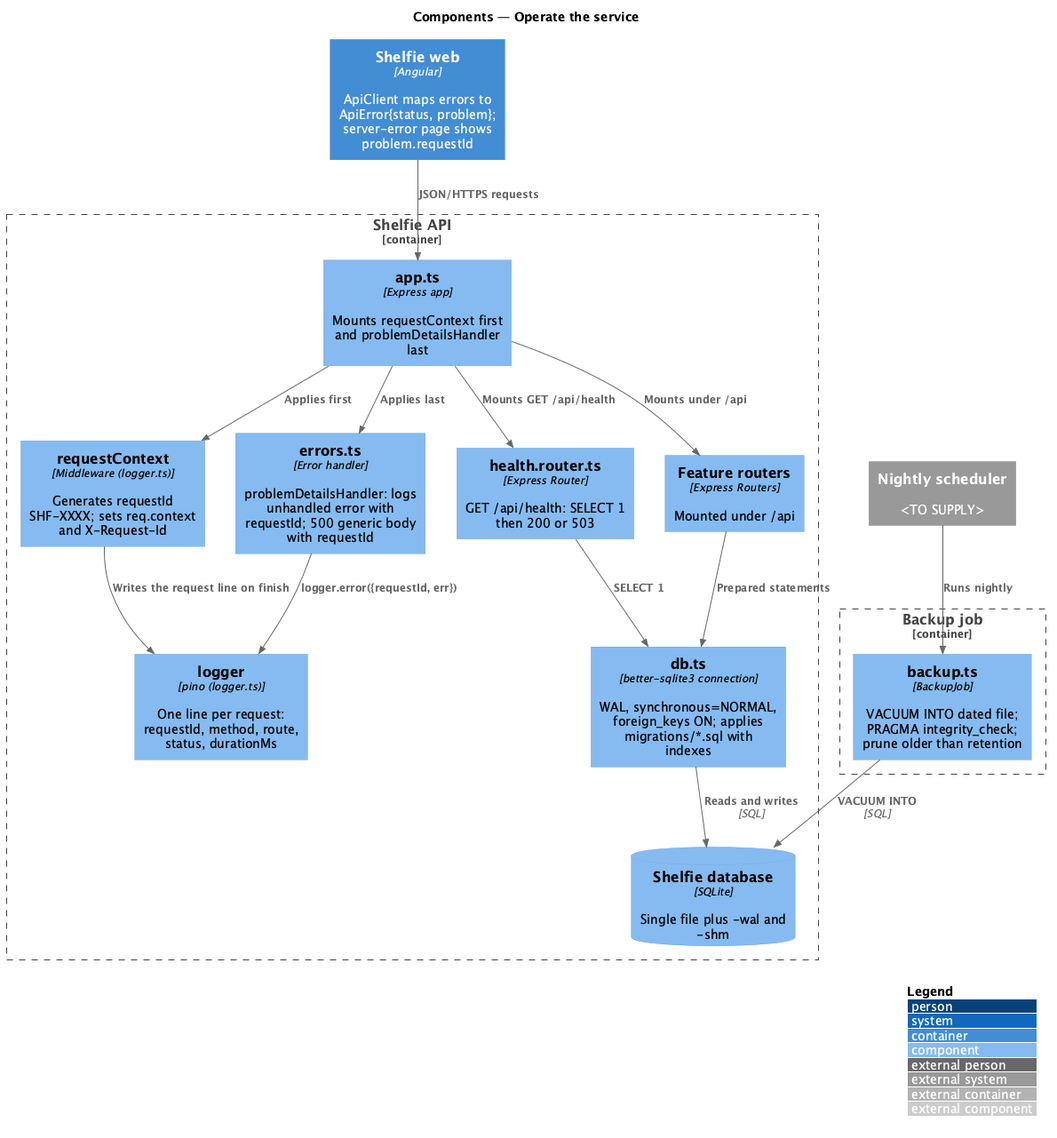
QuinntyneBrown/shelfie keeps this PlantUML diagram as docs/detailed-designs/platform/operate-service/diagrams/c4-component.png. Above is the earlier version. Source of this version:
```plantuml
@startuml
!include <C4/C4_Component>
LAYOUT_WITH_LEGEND()
title Components — Operate the service

Container(web, "Shelfie web", "Angular", "ApiClient maps errors to ApiError{status, problem}; server-error page shows problem.requestId")
System_Ext(scheduler, "Nightly scheduler", "<TO SUPPLY>")
Container_Boundary(api, "Shelfie API") {
  Component(context, "requestContext", "Middleware (logger.ts)", "Generates requestId SHF-XXXX; sets req.context and X-Request-Id")
  Component(logger, "logger", "pino (logger.ts)", "One line per request: requestId, method, route, status, durationMs")
  Component(app, "app.ts", "Express app", "Mounts requestContext first and problemDetailsHandler last")
  Component(health, "health.router.ts", "Express Router", "GET /api/health: SELECT 1 then 200 or 503")
  Component(routers, "Feature routers", "Express Routers", "Mounted under /api")
  Component(errors, "errors.ts", "Error handler", "problemDetailsHandler: logs unhandled error with requestId; 500 generic body with requestId")
  Component(dbmod, "db.ts", "better-sqlite3 connection", "WAL, synchronous=NORMAL, foreign_keys ON; applies migrations/*.sql with indexes")
  ComponentDb(db, "Shelfie database", "SQLite", "Single file plus -wal and -shm")
}
Container_Boundary(job, "Backup job") {
  Component(backup, "backup.ts", "BackupJob", "VACUUM INTO dated file; PRAGMA integrity_check; prune older than retention")
}
Rel(web, app, "JSON/HTTPS requests")
Rel(app, context, "Applies first")
Rel(context, logger, "Writes the request line on finish")
Rel(app, health, "Mounts GET /api/health")
Rel(app, routers, "Mounts under /api")
Rel(app, errors, "Applies last")
Rel(errors, logger, "logger.error({requestId, err})")
Rel(health, dbmod, "SELECT 1")
Rel(routers, dbmod, "Prepared statements")
Rel(dbmod, db, "Reads and writes", "SQL")
Rel(scheduler, backup, "Runs nightly")
Rel(backup, db, "VACUUM INTO", "SQL")
@enduml
```
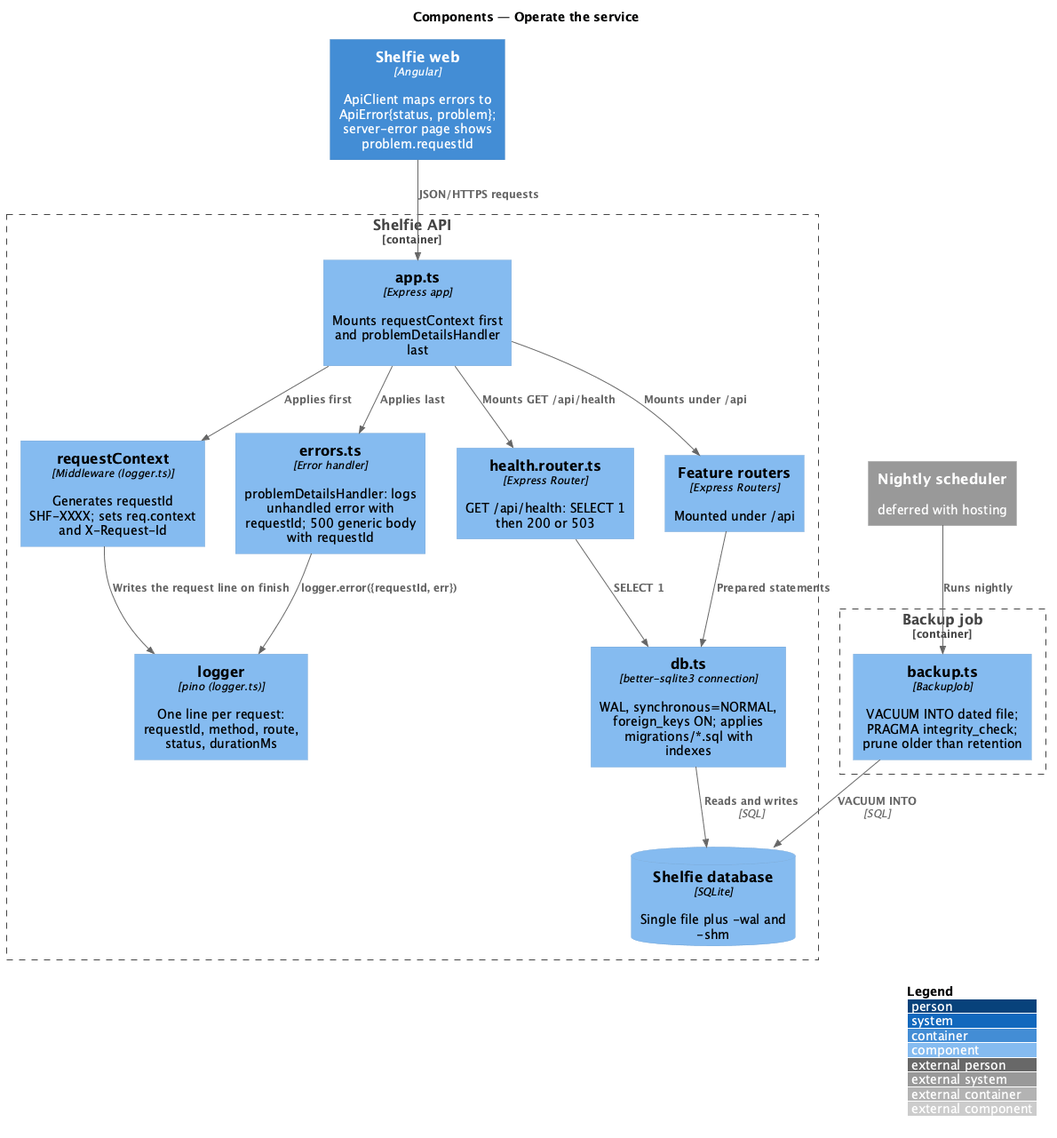
Later version of the same file.

Diff of the diagram source:
```diff
@@ -4,7 +4,7 @@
 title Components — Operate the service
 
 Container(web, "Shelfie web", "Angular", "ApiClient maps errors to ApiError{status, problem}; server-error page shows problem.requestId")
-System_Ext(scheduler, "Nightly scheduler", "<TO SUPPLY>")
+System_Ext(scheduler, "Nightly scheduler", "deferred with hosting")
 Container_Boundary(api, "Shelfie API") {
   Component(context, "requestContext", "Middleware (logger.ts)", "Generates requestId SHF-XXXX; sets req.context and X-Request-Id")
   Component(logger, "logger", "pino (logger.ts)", "One line per request: requestId, method, route, status, durationMs")
```
